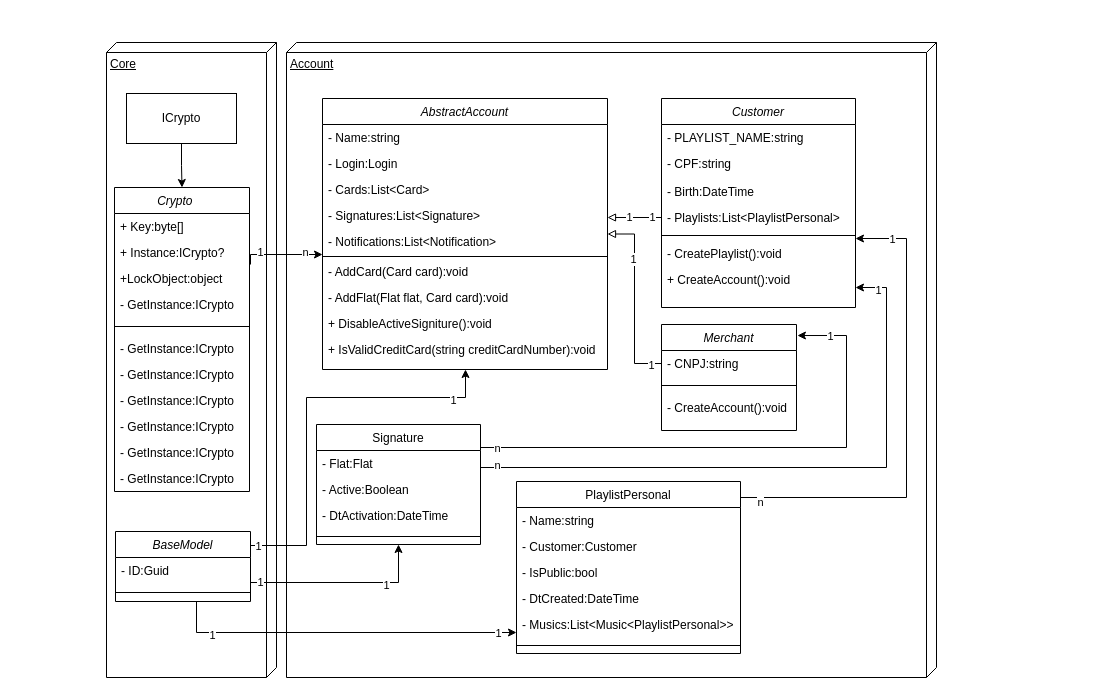
The draw.io diagram Class_Diagram.drawio in alexfariakof/Infnet_Tecnologia_.NET_23E4_2, before the edit. Source tidied: cells renumbered, new cells numbered last; positions are measured from the earlier drawing's top-left corner, leaving out a move shared by most shapes. Both pictures are drawn from the tidied source at 100%, with x=0, y=0 at pixel (106, 42).
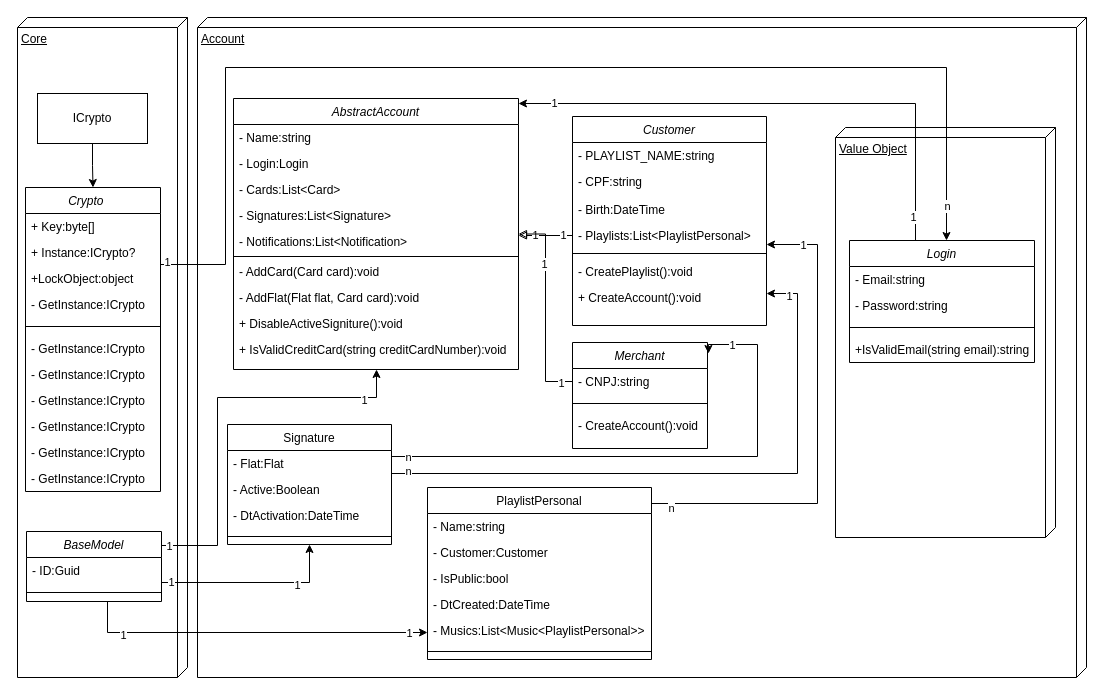
The same diagram, later.

The change refers to these unchanged cells:
```xml
<mxCell id="19" value="- Playlists:List&lt;PlaylistPersonal&gt;" style="text;align=left;verticalAlign=top;spacingLeft=4;spacingRight=4;overflow=hidden;points=[[0,0.5],[1,0.5]];portConstraint=eastwest;rounded=0;shadow=0;html=0;" parent="15" vertex="1">
  <mxGeometry y="106" width="194" height="26" as="geometry" />
</mxCell>
```

Change to the diagram source:
```diff
@@
     <mxCell id="2" value="Account&lt;br&gt;" style="verticalAlign=top;align=left;spacingTop=8;spacingLeft=2;spacingRight=12;shape=cube;size=10;direction=south;fontStyle=4;html=1;whiteSpace=wrap;" parent="1" vertex="1">
-      <mxGeometry x="180" width="650" height="635" as="geometry" />
+      <mxGeometry x="91" y="-25" width="889" height="660" as="geometry" />
     </mxCell>
     <mxCell id="3" value="Core&lt;br&gt;" style="verticalAlign=top;align=left;spacingTop=8;spacingLeft=2;spacingRight=12;shape=cube;size=10;direction=south;fontStyle=4;html=1;whiteSpace=wrap;" parent="1" vertex="1">
-      <mxGeometry width="170" height="635" as="geometry" />
+      <mxGeometry x="-89" y="-25" width="170" height="660" as="geometry" />
     </mxCell>
     <mxCell id="4" value="AbstractAccount" style="swimlane;fontStyle=2;align=center;verticalAlign=top;horizontal=1;startSize=26;rounded=0;shadow=0;strokeWidth=1;labelBackgroundColor=default;" parent="1" vertex="1">
-      <mxGeometry x="216" y="56" width="285" height="271" as="geometry" />
+      <mxGeometry x="127" y="56" width="285" height="271" as="geometry" />
     </mxCell>
@@
     <mxCell id="15" value="Customer" style="swimlane;fontStyle=2;align=center;verticalAlign=top;horizontal=1;startSize=26;rounded=0;shadow=0;strokeWidth=1;labelBackgroundColor=default;" parent="1" vertex="1">
-      <mxGeometry x="555" y="56" width="194" height="209" as="geometry" />
+      <mxGeometry x="466" y="74" width="194" height="209" as="geometry" />
     </mxCell>
@@
     <mxCell id="23" value="Signature" style="swimlane;fontStyle=0;align=center;verticalAlign=top;horizontal=1;startSize=26;rounded=0;shadow=0;strokeWidth=1;" parent="1" vertex="1">
-      <mxGeometry x="210" y="382" width="164" height="120" as="geometry" />
+      <mxGeometry x="121" y="382" width="164" height="120" as="geometry" />
     </mxCell>
@@
     <mxCell id="29" value="Merchant" style="swimlane;fontStyle=2;align=center;verticalAlign=top;horizontal=1;startSize=26;rounded=0;shadow=0;strokeWidth=1;labelBackgroundColor=default;" parent="1" vertex="1">
-      <mxGeometry x="555" y="282" width="135" height="106" as="geometry" />
+      <mxGeometry x="466" y="300" width="135" height="106" as="geometry" />
     </mxCell>
@@
     <mxCell id="33" value="Crypto    " style="swimlane;fontStyle=2;align=center;verticalAlign=top;horizontal=1;startSize=26;rounded=0;shadow=0;strokeWidth=1;labelBackgroundColor=default;" parent="1" vertex="1">
-      <mxGeometry x="8" y="145" width="135" height="304" as="geometry" />
+      <mxGeometry x="-81" y="145" width="135" height="304" as="geometry" />
     </mxCell>
@@
     <mxCell id="46" value="ICrypto" style="html=1;whiteSpace=wrap;" parent="1" vertex="1">
-      <mxGeometry x="20" y="51" width="110" height="50" as="geometry" />
+      <mxGeometry x="-69" y="51" width="110" height="50" as="geometry" />
     </mxCell>
     <mxCell id="47" value="BaseModel" style="swimlane;fontStyle=2;align=center;verticalAlign=top;horizontal=1;startSize=26;rounded=0;shadow=0;strokeWidth=1;labelBackgroundColor=default;" parent="1" vertex="1">
-      <mxGeometry x="9" y="489" width="135" height="70" as="geometry" />
+      <mxGeometry x="-80" y="489" width="135" height="70" as="geometry" />
     </mxCell>
@@
     <mxCell id="50" style="edgeStyle=orthogonalEdgeStyle;rounded=0;jettySize=auto;html=1;" parent="1" edge="1" source="53" target="15">
       <mxGeometry relative="1" as="geometry">
         <Array as="points">
-          <mxPoint x="800" y="455" />
-          <mxPoint x="800" y="196" />
+          <mxPoint x="711" y="461" />
+          <mxPoint x="711" y="202" />
         </Array>
       </mxGeometry>
     </mxCell>
@@
     <mxCell id="53" value="PlaylistPersonal" style="swimlane;fontStyle=0;align=center;verticalAlign=top;horizontal=1;startSize=26;rounded=0;shadow=0;strokeWidth=1;" parent="1" vertex="1">
-      <mxGeometry x="410" y="439" width="224" height="172" as="geometry" />
+      <mxGeometry x="321" y="445" width="224" height="172" as="geometry" />
     </mxCell>
@@
     <mxCell id="60" style="edgeStyle=orthogonalEdgeStyle;rounded=0;jettySize=auto;html=1;endArrow=block;endFill=0;" parent="1" edge="1" source="19" target="4">
       <mxGeometry relative="1" as="geometry">
         <Array as="points">
-          <mxPoint x="640" y="188" />
-          <mxPoint x="640" y="188" />
+          <mxPoint x="551" y="188" />
+          <mxPoint x="551" y="188" />
         </Array>
       </mxGeometry>
     </mxCell>
+    <mxCell id="62" value="1" style="edgeLabel;html=1;align=center;verticalAlign=middle;" parent="60" vertex="1">
+      <mxGeometry x="-0.63" y="-1" relative="1" as="geometry" />
+    </mxCell>
     <mxCell id="61" value="1" style="edgeLabel;html=1;align=center;verticalAlign=middle;" parent="60" vertex="1">
-      <mxGeometry x="0.22" y="-1" relative="1" as="geometry" />
+      <mxGeometry x="0.22" y="-1" relative="1" as="geometry">
+        <mxPoint x="-5" as="offset" />
+      </mxGeometry>
     </mxCell>
-    <mxCell id="62" value="1" style="edgeLabel;html=1;align=center;verticalAlign=middle;" parent="60" vertex="1">
-      <mxGeometry x="-0.63" y="-1" relative="1" as="geometry" />
-    </mxCell>
@@
     <mxCell id="66" style="edgeStyle=orthogonalEdgeStyle;rounded=0;jettySize=auto;html=1;exitX=1;exitY=0.25;exitDx=0;exitDy=0;" parent="1" edge="1" source="47" target="4">
       <mxGeometry relative="1" as="geometry">
         <Array as="points">
-          <mxPoint x="144" y="503" />
-          <mxPoint x="200" y="503" />
-          <mxPoint x="200" y="355" />
-          <mxPoint x="359" y="355" />
+          <mxPoint x="55" y="503" />
+          <mxPoint x="111" y="503" />
+          <mxPoint x="111" y="355" />
+          <mxPoint x="270" y="355" />
         </Array>
       </mxGeometry>
     </mxCell>
@@
-    <mxCell id="69" style="edgeStyle=orthogonalEdgeStyle;rounded=0;orthogonalLoop=1;jettySize=auto;html=1;" parent="1" edge="1">
-      <mxGeometry relative="1" as="geometry">
-        <mxPoint x="144" y="222" as="sourcePoint" />
-        <mxPoint x="216" y="212" as="targetPoint" />
-        <Array as="points">
-          <mxPoint x="144" y="212" />
-        </Array>
-      </mxGeometry>
-    </mxCell>
-    <mxCell id="70" value="1" style="edgeLabel;html=1;align=center;verticalAlign=middle;" parent="69" vertex="1">
-      <mxGeometry x="-0.54" y="3" relative="1" as="geometry" />
-    </mxCell>
-    <mxCell id="71" value="n" style="edgeLabel;html=1;align=center;verticalAlign=middle;" parent="69" vertex="1">
-      <mxGeometry x="0.34" y="3" relative="1" as="geometry">
-        <mxPoint x="9" as="offset" />
-      </mxGeometry>
-    </mxCell>
-    <mxCell id="72" style="edgeStyle=orthogonalEdgeStyle;rounded=0;jettySize=auto;html=1;" parent="1" edge="1" source="23" target="15">
+    <mxCell id="72" style="edgeStyle=orthogonalEdgeStyle;rounded=0;jettySize=auto;html=1;" parent="1" edge="1" target="15">
       <mxGeometry relative="1" as="geometry">
+        <mxPoint x="285" y="431" as="sourcePoint" />
         <Array as="points">
-          <mxPoint x="780" y="425" />
-          <mxPoint x="780" y="245" />
+          <mxPoint x="691" y="431" />
+          <mxPoint x="691" y="251" />
         </Array>
       </mxGeometry>
     </mxCell>
@@
-    <mxCell id="75" style="edgeStyle=orthogonalEdgeStyle;rounded=0;jettySize=auto;html=1;entryX=1.007;entryY=0.104;entryDx=0;entryDy=0;entryPerimeter=0;" parent="1" edge="1" source="23" target="29">
+    <mxCell id="75" style="edgeStyle=orthogonalEdgeStyle;rounded=0;jettySize=auto;html=1;entryX=1.007;entryY=0.104;entryDx=0;entryDy=0;entryPerimeter=0;" parent="1" edge="1" target="29">
       <mxGeometry relative="1" as="geometry">
+        <mxPoint x="285" y="414" as="sourcePoint" />
         <Array as="points">
-          <mxPoint x="740" y="405" />
-          <mxPoint x="740" y="293" />
+          <mxPoint x="651" y="414" />
+          <mxPoint x="651" y="302" />
         </Array>
       </mxGeometry>
     </mxCell>
@@
     <mxCell id="78" style="edgeStyle=orthogonalEdgeStyle;rounded=0;jettySize=auto;html=1;" parent="1" edge="1" source="47" target="23">
       <mxGeometry relative="1" as="geometry">
         <Array as="points">
-          <mxPoint x="292" y="540" />
+          <mxPoint x="203" y="540" />
         </Array>
       </mxGeometry>
     </mxCell>
@@
     <mxCell id="81" style="edgeStyle=orthogonalEdgeStyle;rounded=0;jettySize=auto;html=1;" parent="1" edge="1" source="47">
       <mxGeometry relative="1" as="geometry">
-        <mxPoint x="410" y="590" as="targetPoint" />
+        <mxPoint x="321" y="590" as="targetPoint" />
         <Array as="points">
-          <mxPoint x="90" y="590" />
+          <mxPoint x="1" y="590" />
         </Array>
       </mxGeometry>
     </mxCell>
@@
+    <mxCell id="84" style="group;" parent="1" vertex="1">
+      <mxGeometry x="119" y="25" width="830" height="470" as="geometry" />
+    </mxCell>
+    <mxCell id="85" value="Value Object&lt;br&gt;" style="verticalAlign=top;align=left;spacingTop=8;spacingLeft=2;spacingRight=12;shape=cube;size=10;direction=south;fontStyle=4;html=1;whiteSpace=wrap;" parent="84" vertex="1">
+      <mxGeometry x="610" y="60" width="220" height="410" as="geometry" />
+    </mxCell>
+    <mxCell id="86" value="Login" style="swimlane;fontStyle=2;align=center;verticalAlign=top;horizontal=1;startSize=26;rounded=0;shadow=0;strokeWidth=1;labelBackgroundColor=default;" parent="84" vertex="1">
+      <mxGeometry x="624" y="173" width="185" height="122" as="geometry" />
+    </mxCell>
+    <mxCell id="87" value="- Email:string " style="text;align=left;verticalAlign=top;spacingLeft=4;spacingRight=4;overflow=hidden;rounded=0;shadow=0;html=0;" parent="86" vertex="1">
+      <mxGeometry y="26" width="185" height="26" as="geometry" />
+    </mxCell>
+    <mxCell id="88" value="- Password:string" style="text;align=left;verticalAlign=top;spacingLeft=4;spacingRight=4;overflow=hidden;rounded=0;shadow=0;html=0;" parent="86" vertex="1">
+      <mxGeometry y="52" width="185" height="26" as="geometry" />
+    </mxCell>
+    <mxCell id="89" style="line;html=1;strokeWidth=1;align=left;verticalAlign=middle;spacingTop=-1;spacingLeft=3;spacingRight=3;labelPosition=right;" parent="86" vertex="1">
+      <mxGeometry y="78" width="185" height="18" as="geometry" />
+    </mxCell>
+    <mxCell id="90" value="+IsValidEmail(string email):string " style="text;align=left;verticalAlign=top;spacingLeft=4;spacingRight=4;overflow=hidden;rounded=0;shadow=0;html=0;" parent="86" vertex="1">
+      <mxGeometry y="96" width="185" height="26" as="geometry" />
+    </mxCell>
+    <mxCell id="91" style="edgeStyle=orthogonalEdgeStyle;rounded=0;jettySize=auto;html=1;" parent="84" edge="1" source="86" target="4">
+      <mxGeometry relative="1" as="geometry">
+        <Array as="points">
+          <mxPoint x="690" y="36" />
+        </Array>
+      </mxGeometry>
+    </mxCell>
+    <mxCell id="92" value="1" style="edgeLabel;html=1;align=center;verticalAlign=middle;" parent="91" vertex="1">
+      <mxGeometry x="-0.91" y="3" relative="1" as="geometry" />
+    </mxCell>
+    <mxCell id="93" value="1" style="edgeLabel;html=1;align=center;verticalAlign=middle;" parent="91" vertex="1">
+      <mxGeometry x="0.87" y="-1" relative="1" as="geometry" />
+    </mxCell>
+    <mxCell id="69" style="edgeStyle=orthogonalEdgeStyle;rounded=0;jettySize=auto;html=1;" parent="1" edge="1" source="33" target="86">
+      <mxGeometry relative="1" as="geometry">
+        <Array as="points">
+          <mxPoint x="119" y="222" />
+          <mxPoint x="119" y="25" />
+          <mxPoint x="840" y="25" />
+        </Array>
+      </mxGeometry>
+    </mxCell>
+    <mxCell id="71" value="n" style="edgeLabel;html=1;align=center;verticalAlign=middle;" parent="69" vertex="1">
+      <mxGeometry x="0.94" y="5" relative="1" as="geometry">
+        <mxPoint x="-5" as="offset" />
+      </mxGeometry>
+    </mxCell>
+    <mxCell id="94" value="1" style="edgeLabel;html=1;align=center;verticalAlign=middle;" parent="69" vertex="1">
+      <mxGeometry x="-0.99" y="3" relative="1" as="geometry" />
+    </mxCell>
```
